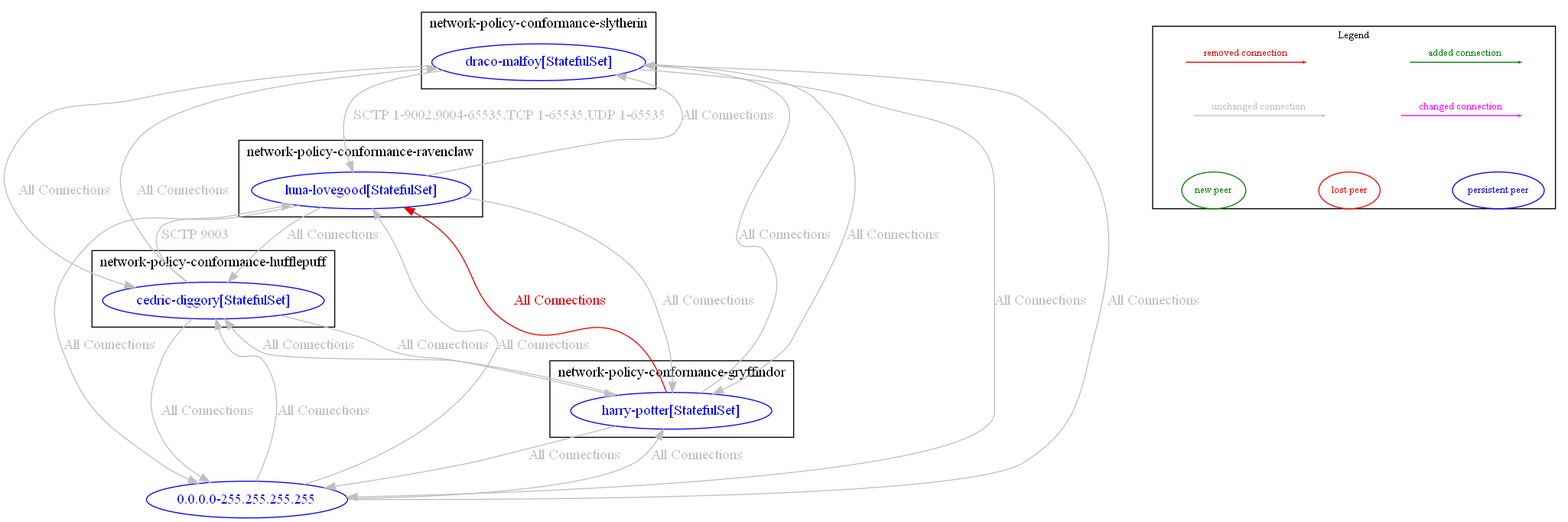
Earlier version of the Graphviz export test_outputs/diff/diff_between_banp_test_core_ingress_sctp_swapping_rules_and_banp_test_core_ingress_sctp_rules.dot.png (np-guard/netpol-analyzer). Its source is kept beside it as test_outputs/diff/diff_between_banp_test_core_ingress_sctp_swapping_rules_and_banp_test_core_ingress_sctp_rules.dot. The source it was exported from:
```dot
digraph {
	subgraph "cluster_network_policy_conformance_gryffindor" {
		color="black"
		fontcolor="black"
		"network-policy-conformance-gryffindor/harry-potter[StatefulSet]" [label="harry-potter[StatefulSet]" color="blue" fontcolor="blue"]
		label="network-policy-conformance-gryffindor"
	}
	subgraph "cluster_network_policy_conformance_hufflepuff" {
		color="black"
		fontcolor="black"
		"network-policy-conformance-hufflepuff/cedric-diggory[StatefulSet]" [label="cedric-diggory[StatefulSet]" color="blue" fontcolor="blue"]
		label="network-policy-conformance-hufflepuff"
	}
	subgraph "cluster_network_policy_conformance_ravenclaw" {
		color="black"
		fontcolor="black"
		"network-policy-conformance-ravenclaw/luna-lovegood[StatefulSet]" [label="luna-lovegood[StatefulSet]" color="blue" fontcolor="blue"]
		label="network-policy-conformance-ravenclaw"
	}
	subgraph "cluster_network_policy_conformance_slytherin" {
		color="black"
		fontcolor="black"
		"network-policy-conformance-slytherin/draco-malfoy[StatefulSet]" [label="draco-malfoy[StatefulSet]" color="blue" fontcolor="blue"]
		label="network-policy-conformance-slytherin"
	}
	"0.0.0.0-255.255.255.255" [label="0.0.0.0-255.255.255.255" color="blue" fontcolor="blue"]
	"0.0.0.0-255.255.255.255" -> "network-policy-conformance-gryffindor/harry-potter[StatefulSet]" [label="All Connections" color="grey" fontcolor="grey" weight=0.5]
	"0.0.0.0-255.255.255.255" -> "network-policy-conformance-hufflepuff/cedric-diggory[StatefulSet]" [label="All Connections" color="grey" fontcolor="grey" weight=0.5]
	"0.0.0.0-255.255.255.255" -> "network-policy-conformance-ravenclaw/luna-lovegood[StatefulSet]" [label="All Connections" color="grey" fontcolor="grey" weight=0.5]
	"0.0.0.0-255.255.255.255" -> "network-policy-conformance-slytherin/draco-malfoy[StatefulSet]" [label="All Connections" color="grey" fontcolor="grey" weight=0.5]
	"network-policy-conformance-gryffindor/harry-potter[StatefulSet]" -> "0.0.0.0-255.255.255.255" [label="All Connections" color="grey" fontcolor="grey" weight=1]
	"network-policy-conformance-gryffindor/harry-potter[StatefulSet]" -> "network-policy-conformance-hufflepuff/cedric-diggory[StatefulSet]" [label="All Connections" color="grey" fontcolor="grey" weight=0.5]
	"network-policy-conformance-gryffindor/harry-potter[StatefulSet]" -> "network-policy-conformance-ravenclaw/luna-lovegood[StatefulSet]" [label="All Connections" color="red2" fontcolor="red2" weight=0.5]
	"network-policy-conformance-gryffindor/harry-potter[StatefulSet]" -> "network-policy-conformance-slytherin/draco-malfoy[StatefulSet]" [label="All Connections" color="grey" fontcolor="grey" weight=0.5]
	"network-policy-conformance-hufflepuff/cedric-diggory[StatefulSet]" -> "0.0.0.0-255.255.255.255" [label="All Connections" color="grey" fontcolor="grey" weight=1]
	"network-policy-conformance-hufflepuff/cedric-diggory[StatefulSet]" -> "network-policy-conformance-gryffindor/harry-potter[StatefulSet]" [label="All Connections" color="grey" fontcolor="grey" weight=1]
	"network-policy-conformance-hufflepuff/cedric-diggory[StatefulSet]" -> "network-policy-conformance-ravenclaw/luna-lovegood[StatefulSet]" [label="SCTP 9003" color="grey" fontcolor="grey" weight=0.5]
	"network-policy-conformance-hufflepuff/cedric-diggory[StatefulSet]" -> "network-policy-conformance-slytherin/draco-malfoy[StatefulSet]" [label="All Connections" color="grey" fontcolor="grey" weight=0.5]
	"network-policy-conformance-ravenclaw/luna-lovegood[StatefulSet]" -> "0.0.0.0-255.255.255.255" [label="All Connections" color="grey" fontcolor="grey" weight=1]
	"network-policy-conformance-ravenclaw/luna-lovegood[StatefulSet]" -> "network-policy-conformance-gryffindor/harry-potter[StatefulSet]" [label="All Connections" color="grey" fontcolor="grey" weight=1]
	"network-policy-conformance-ravenclaw/luna-lovegood[StatefulSet]" -> "network-policy-conformance-hufflepuff/cedric-diggory[StatefulSet]" [label="All Connections" color="grey" fontcolor="grey" weight=1]
	"network-policy-conformance-ravenclaw/luna-lovegood[StatefulSet]" -> "network-policy-conformance-slytherin/draco-malfoy[StatefulSet]" [label="All Connections" color="grey" fontcolor="grey" weight=0.5]
	"network-policy-conformance-slytherin/draco-malfoy[StatefulSet]" -> "0.0.0.0-255.255.255.255" [label="All Connections" color="grey" fontcolor="grey" weight=1]
	"network-policy-conformance-slytherin/draco-malfoy[StatefulSet]" -> "network-policy-conformance-gryffindor/harry-potter[StatefulSet]" [label="All Connections" color="grey" fontcolor="grey" weight=1]
	"network-policy-conformance-slytherin/draco-malfoy[StatefulSet]" -> "network-policy-conformance-hufflepuff/cedric-diggory[StatefulSet]" [label="All Connections" color="grey" fontcolor="grey" weight=1]
	"network-policy-conformance-slytherin/draco-malfoy[StatefulSet]" -> "network-policy-conformance-ravenclaw/luna-lovegood[StatefulSet]" [label="SCTP 1-9002,9004-65535,TCP 1-65535,UDP 1-65535" color="grey" fontcolor="grey" weight=1]
	nodesep=0.5
	subgraph cluster_legend {
		label="Legend"
		fontsize = 10
		margin=0
		a [style=invis height=0 width=0]
		b [style=invis height=0 width=0]
		c [style=invis height=0 width=0]
		d [style=invis height=0 width=0]
		e [style=invis height=0 width=0]
		f [style=invis height=0 width=0]
		g [style=invis height=0 width=0]
		h [style=invis height=0 width=0]
		{rank=source a b c d}
		{rank=same e f g h}
		a -> b [label="added connection", color="#008000" fontcolor="#008000" fontsize = 10 arrowsize=0.2]
		c -> d [label="removed connection", color="red2" fontcolor="red2" fontsize = 10 arrowsize=0.2]
		e -> f [label="changed connection", color="magenta" fontcolor="magenta" fontsize = 10 arrowsize=0.2]
		g -> h [label="unchanged connection", color="grey" fontcolor="grey" fontsize = 10 arrowsize=0.2]
		np [label="new peer" color="#008000" fontcolor="#008000" fontsize = 10]
		lp [label="lost peer" color="red" fontcolor="red" fontsize = 10]
		pp [label="persistent peer" color="blue" fontcolor="blue" fontsize = 10]
		{rank=sink np lp pp}
		np->lp [style=invis]
		lp->pp [style=invis]
	}
}
```
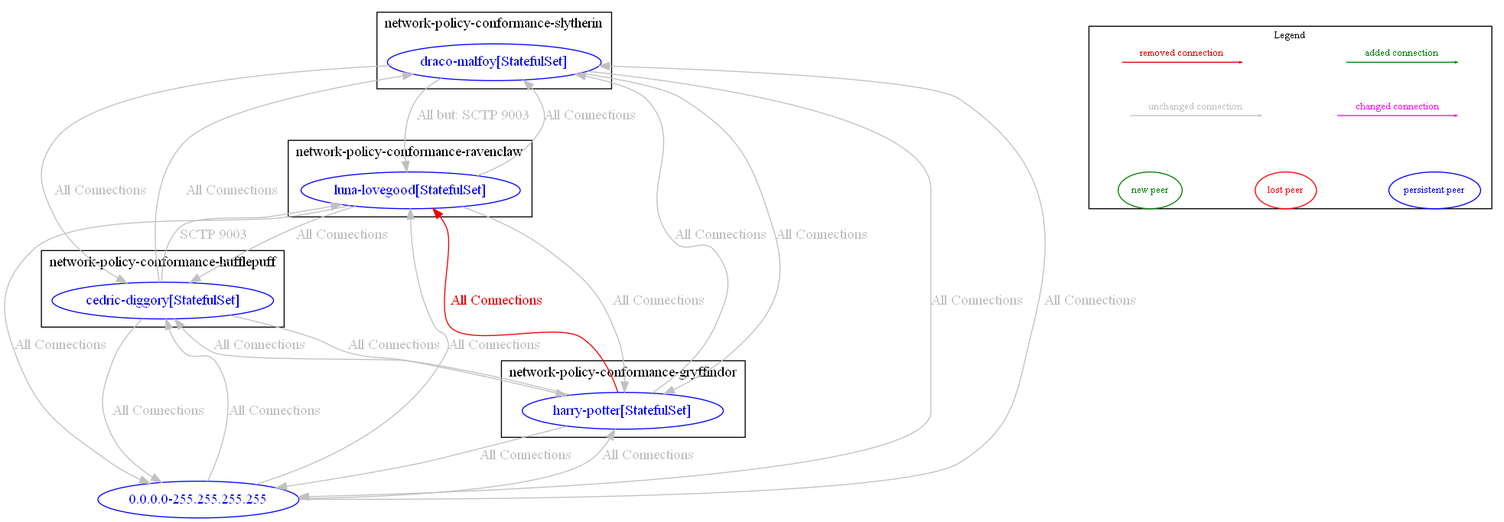
The same diagram one commit later.

Change to the diagram source:
```diff
@@ -43,7 +43,7 @@
 	"network-policy-conformance-slytherin/draco-malfoy[StatefulSet]" -> "0.0.0.0-255.255.255.255" [label="All Connections" color="grey" fontcolor="grey" weight=1]
 	"network-policy-conformance-slytherin/draco-malfoy[StatefulSet]" -> "network-policy-conformance-gryffindor/harry-potter[StatefulSet]" [label="All Connections" color="grey" fontcolor="grey" weight=1]
 	"network-policy-conformance-slytherin/draco-malfoy[StatefulSet]" -> "network-policy-conformance-hufflepuff/cedric-diggory[StatefulSet]" [label="All Connections" color="grey" fontcolor="grey" weight=1]
-	"network-policy-conformance-slytherin/draco-malfoy[StatefulSet]" -> "network-policy-conformance-ravenclaw/luna-lovegood[StatefulSet]" [label="SCTP 1-9002,9004-65535,TCP 1-65535,UDP 1-65535" color="grey" fontcolor="grey" weight=1]
+	"network-policy-conformance-slytherin/draco-malfoy[StatefulSet]" -> "network-policy-conformance-ravenclaw/luna-lovegood[StatefulSet]" [label="All but: SCTP 9003" color="grey" fontcolor="grey" weight=1]
 	nodesep=0.5
 	subgraph cluster_legend {
 		label="Legend"
```
